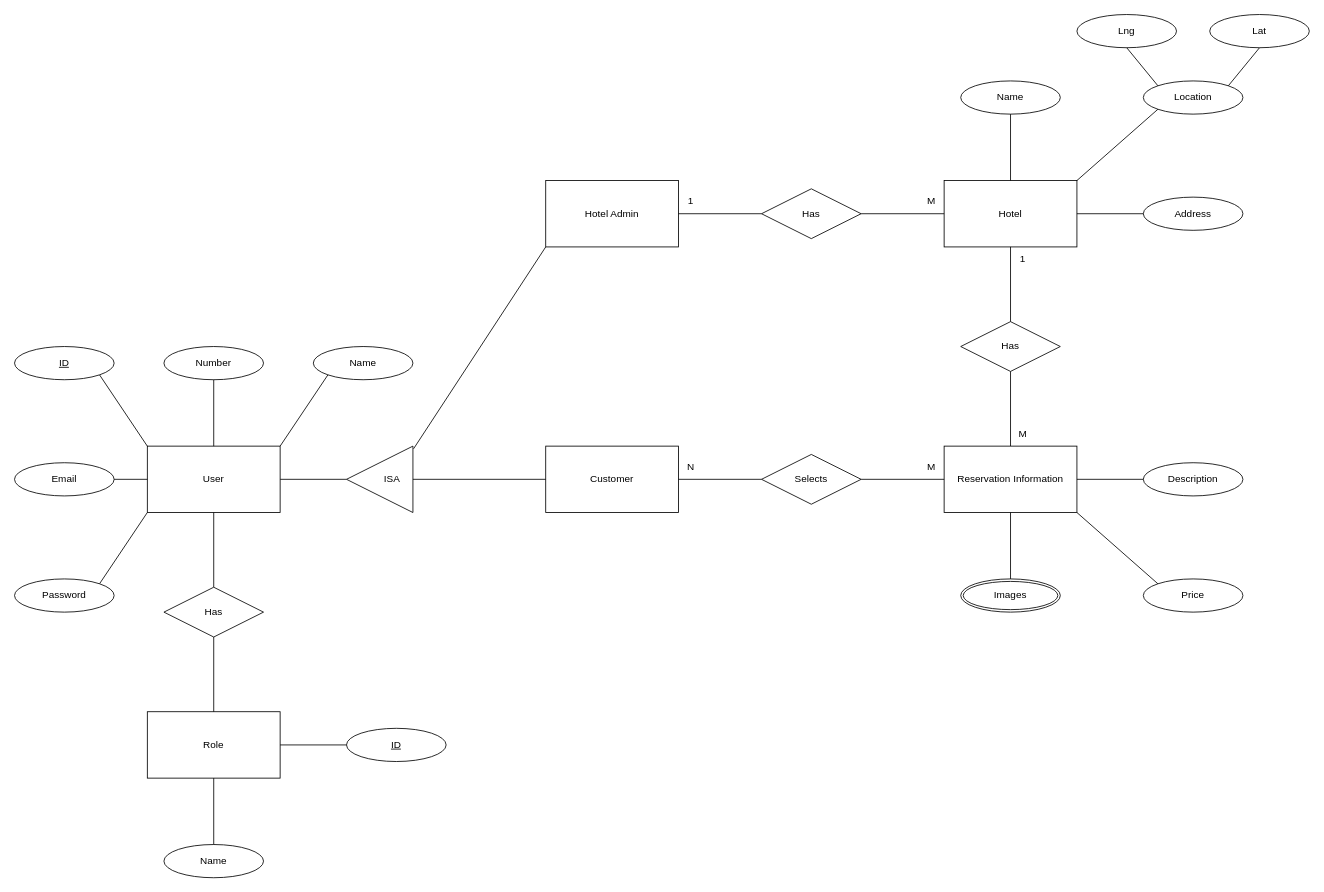
Above: docs/ER.drawio in LassazVegaz/Hotel-Reservation-System (draw.io), before the change. Source tidied: cells renumbered, new cells numbered last; positions are measured from the earlier drawing's top-left corner, leaving out a move shared by most shapes. Both pictures are drawn from the tidied source at 83%, with x=0, y=0 at pixel (14, 14).
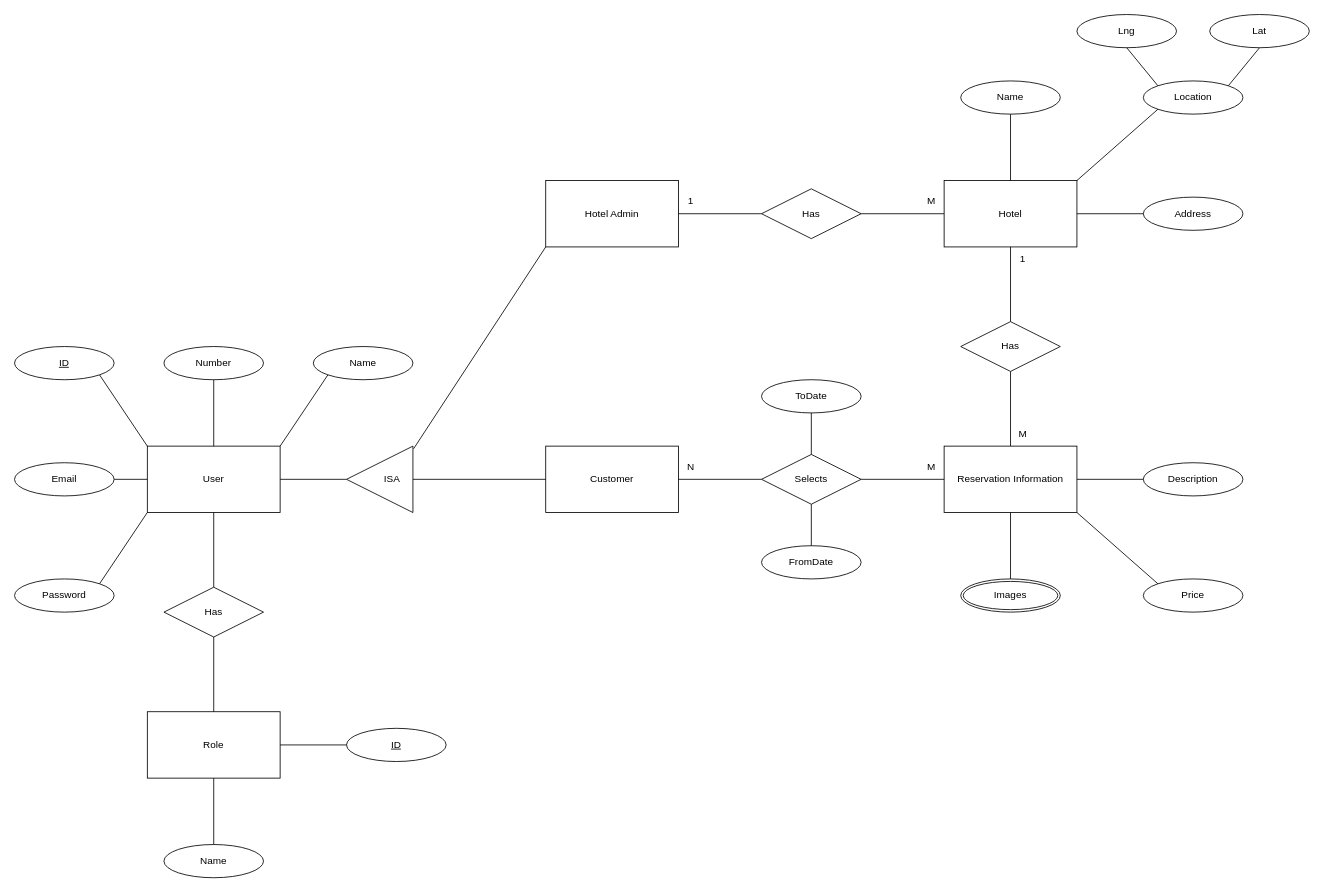
After the change.

Unchanged cells that the change refers to:
```xml
<mxCell id="23" value="Selects" style="shape=rhombus;perimeter=rhombusPerimeter;whiteSpace=wrap;html=1;align=center;" parent="1" vertex="1">
  <mxGeometry x="900" y="530" width="120" height="60" as="geometry" />
</mxCell>
```

What changed in the source:
```diff
@@
+    <mxCell id="61" value="FromDate" style="ellipse;whiteSpace=wrap;html=1;align=center;" parent="1" vertex="1">
+      <mxGeometry x="900" y="640" width="120" height="40" as="geometry" />
+    </mxCell>
+    <mxCell id="62" value="ToDate" style="ellipse;whiteSpace=wrap;html=1;align=center;" parent="1" vertex="1">
+      <mxGeometry x="900" y="440" width="120" height="40" as="geometry" />
+    </mxCell>
+    <mxCell id="63" style="endArrow=none;html=1;rounded=0;entryX=0.5;entryY=1;entryDx=0;entryDy=0;exitX=0.5;exitY=0;exitDx=0;exitDy=0;" parent="1" edge="1" source="61" target="23">
+      <mxGeometry relative="1" as="geometry" />
+    </mxCell>
+    <mxCell id="64" style="endArrow=none;html=1;rounded=0;entryX=0.5;entryY=1;entryDx=0;entryDy=0;exitX=0.5;exitY=0;exitDx=0;exitDy=0;" parent="1" edge="1" source="23" target="62">
+      <mxGeometry relative="1" as="geometry" />
+    </mxCell>
```
